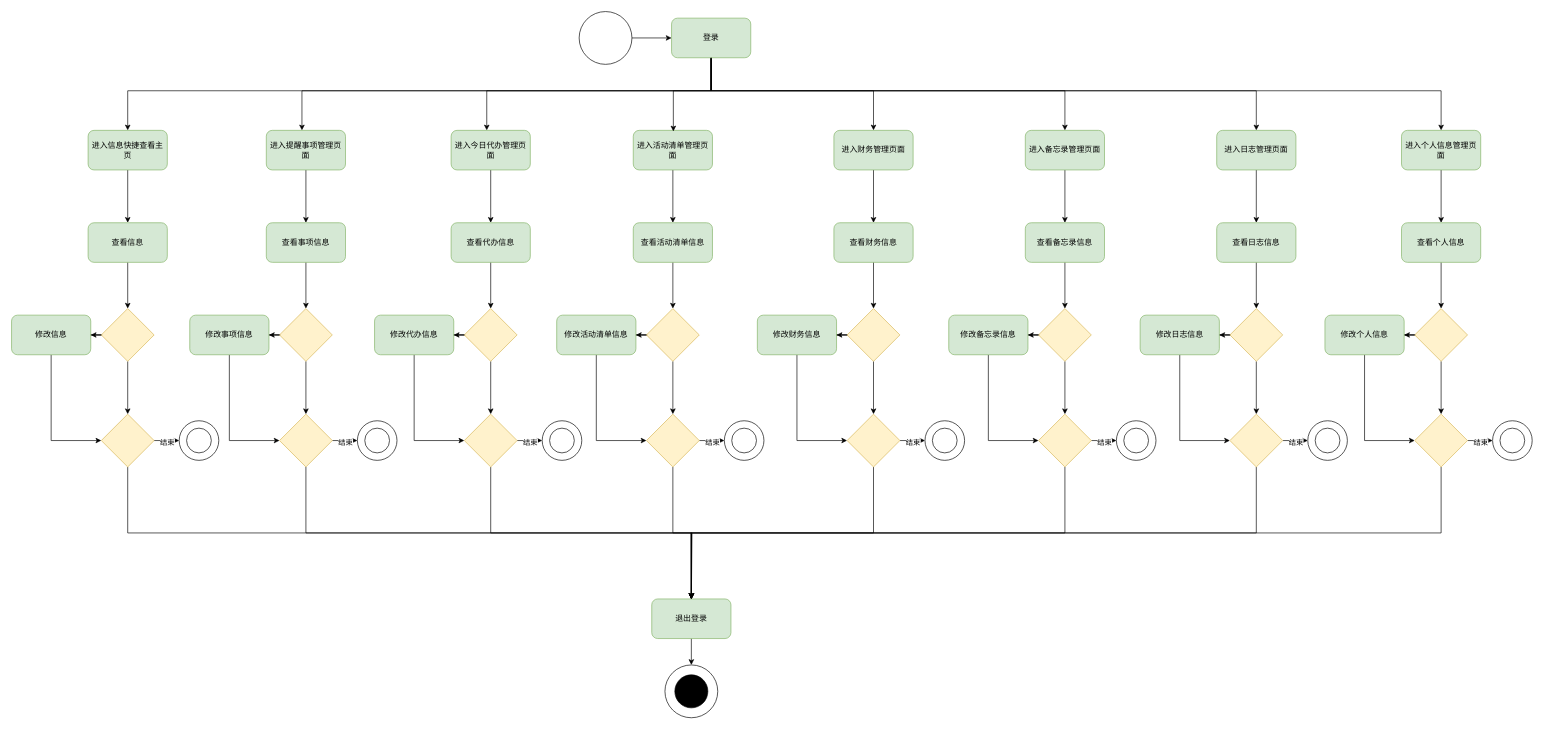
Before: 工程流程图.drawio in GitHubDeadTree/Campus-ToDo, a draw.io diagram. Source tidied: cells renumbered, new cells numbered last; positions are measured from the earlier drawing's top-left corner, leaving out a move shared by most shapes. Both pictures are drawn from the tidied source at 66%, with x=0, y=0 at pixel (11, 11).
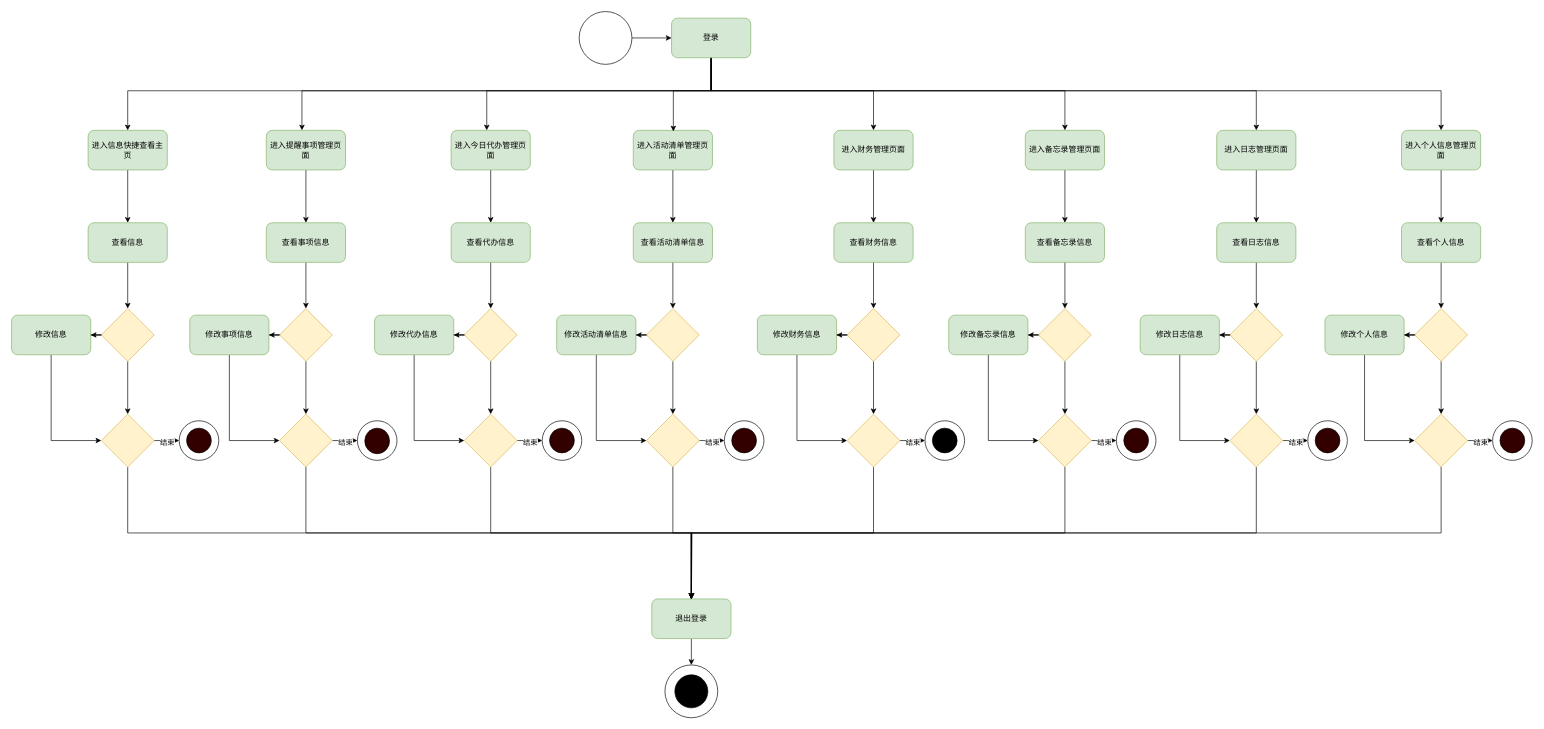
Above is the later version.

Commit message (it also covers changes not shown here):
更新工程流程图.drawio

The change refers to these unchanged cells:
```xml
<mxCell id="44" style="group;" parent="1" vertex="1">
  <mxGeometry x="254" y="620" width="60" height="60" as="geometry" />
</mxCell>
<mxCell id="58" style="group;" parent="1" vertex="1">
  <mxGeometry x="524" y="620" width="60" height="60" as="geometry" />
</mxCell>
<mxCell id="72" style="group;" parent="1" vertex="1">
  <mxGeometry x="804" y="620" width="60" height="60" as="geometry" />
</mxCell>
<mxCell id="86" style="group;" parent="1" vertex="1">
  <mxGeometry x="1080" y="620" width="60" height="60" as="geometry" />
</mxCell>
<mxCell id="100" style="group;" parent="1" vertex="1">
  <mxGeometry x="1384" y="620" width="60" height="60" as="geometry" />
</mxCell>
<mxCell id="114" style="group;" parent="1" vertex="1">
  <mxGeometry x="1674" y="620" width="60" height="60" as="geometry" />
</mxCell>
<mxCell id="128" style="group;" parent="1" vertex="1">
  <mxGeometry x="1964" y="620" width="60" height="60" as="geometry" />
</mxCell>
<mxCell id="142" style="group;" parent="1" vertex="1">
  <mxGeometry x="2244" y="620" width="60" height="60" as="geometry" />
</mxCell>
```

Change to the diagram source:
```diff
@@
-    <mxCell id="46" style="ellipse;whiteSpace=wrap;html=1;rounded=1;" parent="44" vertex="1">
+    <mxCell id="46" style="ellipse;whiteSpace=wrap;html=1;rounded=1;fillColor=#330000;" parent="44" vertex="1">
       <mxGeometry x="11.2" y="11.2" width="37.5" height="37.5" as="geometry" />
     </mxCell>
@@
-    <mxCell id="60" style="ellipse;whiteSpace=wrap;html=1;rounded=1;" parent="58" vertex="1">
-      <mxGeometry x="11.2" y="11.2" width="37.5" height="37.5" as="geometry" />
+    <mxCell id="60" style="ellipse;whiteSpace=wrap;html=1;rounded=1;fillColor=#330000;" parent="58" vertex="1">
+      <mxGeometry x="11.2" y="11.2" width="37.5" height="38.8" as="geometry" />
     </mxCell>
@@
-    <mxCell id="74" style="ellipse;whiteSpace=wrap;html=1;rounded=1;" parent="72" vertex="1">
+    <mxCell id="74" style="ellipse;whiteSpace=wrap;html=1;rounded=1;fillColor=#330000;" parent="72" vertex="1">
       <mxGeometry x="11.2" y="11.2" width="37.5" height="37.5" as="geometry" />
     </mxCell>
@@
-    <mxCell id="88" style="ellipse;whiteSpace=wrap;html=1;rounded=1;" parent="86" vertex="1">
+    <mxCell id="88" style="ellipse;whiteSpace=wrap;html=1;rounded=1;fillColor=#330000;" parent="86" vertex="1">
       <mxGeometry x="11.2" y="11.2" width="37.5" height="37.5" as="geometry" />
     </mxCell>
@@
-    <mxCell id="102" style="ellipse;whiteSpace=wrap;html=1;rounded=1;" parent="100" vertex="1">
+    <mxCell id="102" style="ellipse;whiteSpace=wrap;html=1;rounded=1;fillColor=#000000;" parent="100" vertex="1">
       <mxGeometry x="11.2" y="11.2" width="37.5" height="37.5" as="geometry" />
     </mxCell>
@@
-    <mxCell id="116" style="ellipse;whiteSpace=wrap;html=1;rounded=1;" parent="114" vertex="1">
+    <mxCell id="116" style="ellipse;whiteSpace=wrap;html=1;rounded=1;fillColor=#330000;" parent="114" vertex="1">
       <mxGeometry x="11.2" y="11.2" width="37.5" height="37.5" as="geometry" />
     </mxCell>
@@
-    <mxCell id="130" style="ellipse;whiteSpace=wrap;html=1;rounded=1;" parent="128" vertex="1">
+    <mxCell id="130" style="ellipse;whiteSpace=wrap;html=1;rounded=1;fillColor=#330000;" parent="128" vertex="1">
       <mxGeometry x="11.2" y="11.2" width="37.5" height="37.5" as="geometry" />
     </mxCell>
@@
-    <mxCell id="144" style="ellipse;whiteSpace=wrap;html=1;rounded=1;" parent="142" vertex="1">
+    <mxCell id="144" style="ellipse;whiteSpace=wrap;html=1;rounded=1;fillColor=#330000;" parent="142" vertex="1">
       <mxGeometry x="11.2" y="11.2" width="37.5" height="37.5" as="geometry" />
     </mxCell>
```
